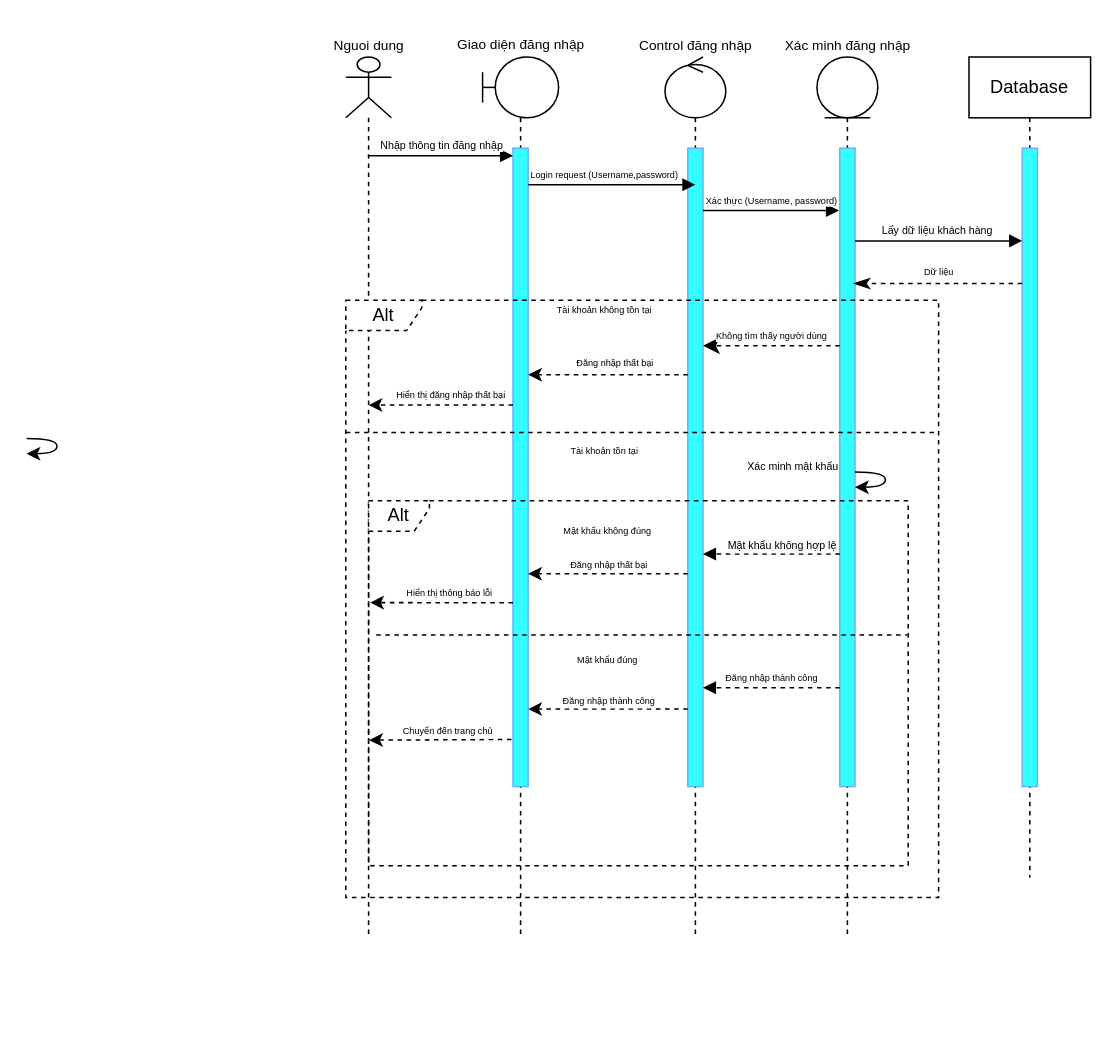
This is page "Trang-5" (6 of 16) of shitttt.drawio from Ly-Tien-Dat/doantt, a draw.io file, before an edit. Source tidied: cells renumbered, new cells numbered last; positions are measured from the earlier drawing's top-left corner, leaving out a move shared by most shapes. Both pictures are drawn from the tidied source at 152%, with x=0, y=0 at pixel (26, 26).
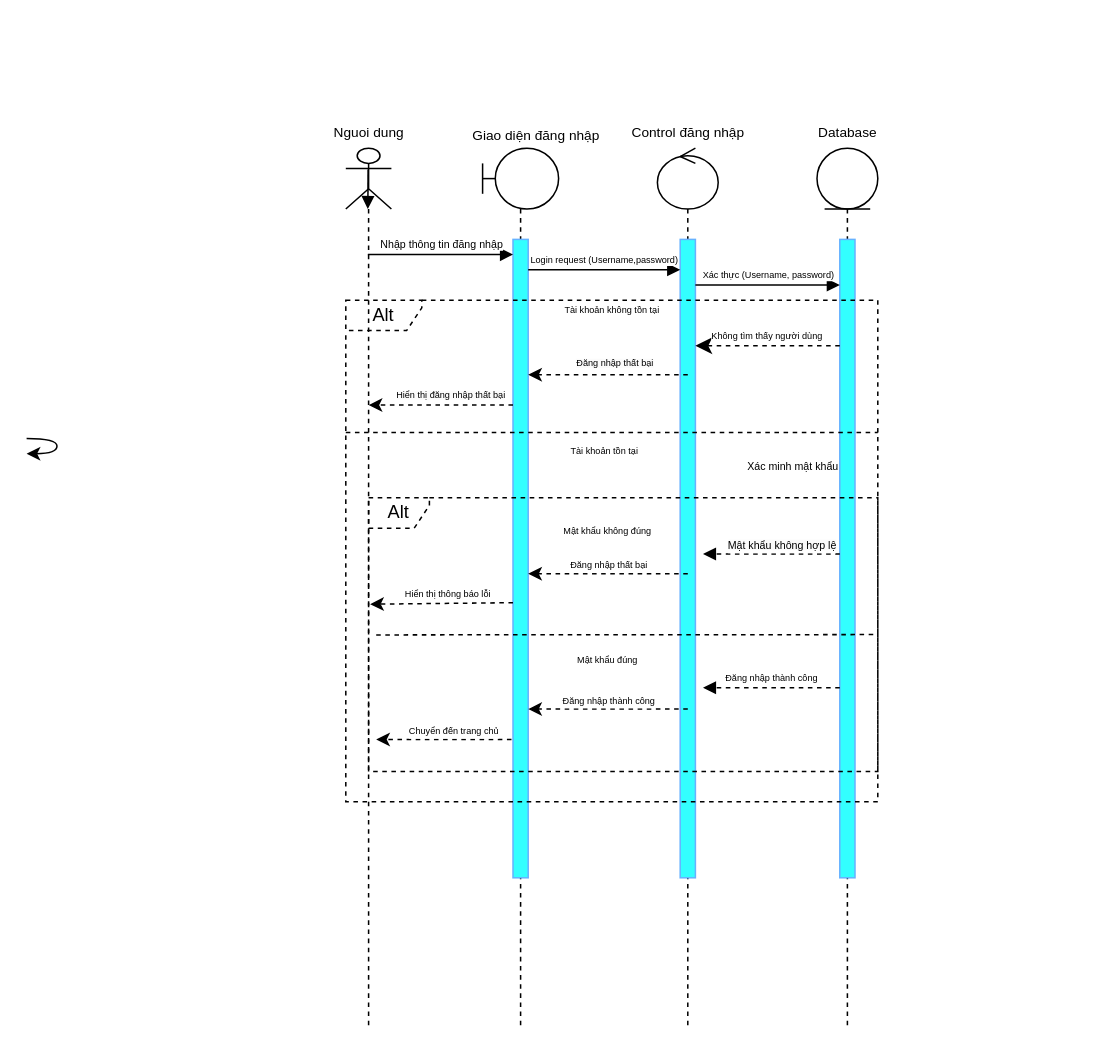
Above is the later version.

The change refers to these unchanged cells:
```xml
<mxCell id="4" style="html=1;points=[[0,0,0,0,5],[0,1,0,0,-5],[1,0,0,0,5],[1,1,0,0,-5]];perimeter=orthogonalPerimeter;outlineConnect=0;targetShapes=umlLifeline;portConstraint=eastwest;newEdgeStyle={&quot;curved&quot;:0,&quot;rounded&quot;:0};fillColor=light-dark(#33FFFF,var(--ge-dark-color, #121212));strokeColor=light-dark(#66B2FF,#FFFFFF);" parent="3" vertex="1">
  <mxGeometry x="20" y="60" width="10" height="420" as="geometry" />
</mxCell>
<mxCell id="6" style="html=1;points=[[0,0,0,0,5],[0,1,0,0,-5],[1,0,0,0,5],[1,1,0,0,-5]];perimeter=orthogonalPerimeter;outlineConnect=0;targetShapes=umlLifeline;portConstraint=eastwest;newEdgeStyle={&quot;curved&quot;:0,&quot;rounded&quot;:0};fillColor=light-dark(#33FFFF,var(--ge-dark-color, #121212));strokeColor=light-dark(#66B2FF,#FFFFFF);" parent="5" vertex="1">
  <mxGeometry x="15" y="60" width="10" height="420" as="geometry" />
</mxCell>
<mxCell id="8" style="html=1;points=[[0,0,0,0,5],[0,1,0,0,-5],[1,0,0,0,5],[1,1,0,0,-5]];perimeter=orthogonalPerimeter;outlineConnect=0;targetShapes=umlLifeline;portConstraint=eastwest;newEdgeStyle={&quot;curved&quot;:0,&quot;rounded&quot;:0};strokeColor=light-dark(#66B2FF,#FFFFFF);fillColor=light-dark(#33FFFF,var(--ge-dark-color, #121212));" parent="7" vertex="1">
  <mxGeometry x="15" y="60" width="10" height="420" as="geometry" />
</mxCell>
```

What changed in the source:
```diff
@@
-    <mxCell id="2" style="shape=umlLifeline;perimeter=lifelinePerimeter;whiteSpace=wrap;html=1;outlineConnect=0;portConstraint=eastwest;newEdgeStyle={&quot;curved&quot;:0,&quot;rounded&quot;:0};participant=umlActor;" parent="1" vertex="1">
-      <mxGeometry x="210" y="20" width="30" height="580" as="geometry" />
-    </mxCell>
     <mxCell id="3" style="shape=umlLifeline;perimeter=lifelinePerimeter;whiteSpace=wrap;html=1;newEdgeStyle={&quot;curved&quot;:0,&quot;rounded&quot;:0};participant=umlBoundary;size=40;" parent="1" vertex="1">
-      <mxGeometry x="300" y="20" width="50" height="580" as="geometry" />
+      <mxGeometry x="300" y="80" width="50" height="580" as="geometry" />
     </mxCell>
@@
     <mxCell id="5" style="shape=umlLifeline;perimeter=lifelinePerimeter;whiteSpace=wrap;html=1;newEdgeStyle={&quot;curved&quot;:0,&quot;rounded&quot;:0};participant=umlControl;strokeColor=light-dark(#000000,#FFFFFF);" parent="1" vertex="1">
-      <mxGeometry x="420" y="20" width="40" height="580" as="geometry" />
+      <mxGeometry x="415" y="80" width="40" height="580" as="geometry" />
     </mxCell>
@@
     <mxCell id="7" style="shape=umlLifeline;perimeter=lifelinePerimeter;whiteSpace=wrap;html=1;newEdgeStyle={&quot;curved&quot;:0,&quot;rounded&quot;:0};participant=umlEntity;" parent="1" vertex="1">
-      <mxGeometry x="520" y="20" width="40" height="580" as="geometry" />
+      <mxGeometry x="520" y="80" width="40" height="580" as="geometry" />
     </mxCell>
@@
-    <mxCell id="9" value="Database" style="shape=umlLifeline;perimeter=lifelinePerimeter;whiteSpace=wrap;html=1;newEdgeStyle={&quot;curved&quot;:0,&quot;rounded&quot;:0};" parent="1" vertex="1">
-      <mxGeometry x="620" y="20" width="80" height="540" as="geometry" />
-    </mxCell>
-    <mxCell id="10" style="html=1;points=[[0,0,0,0,5],[0,1,0,0,-5],[1,0,0,0,5],[1,1,0,0,-5]];perimeter=orthogonalPerimeter;outlineConnect=0;targetShapes=umlLifeline;portConstraint=eastwest;newEdgeStyle={&quot;curved&quot;:0,&quot;rounded&quot;:0};fillColor=light-dark(#33FFFF,var(--ge-dark-color, #121212));strokeColor=light-dark(#66B2FF,#FFFFFF);" parent="9" vertex="1">
-      <mxGeometry x="35" y="60" width="10" height="420" as="geometry" />
-    </mxCell>
     <mxCell id="11" value="Nguoi dung" style="text;html=1;align=center;verticalAlign=middle;strokeColor=none;fillColor=none;fontSize=9;" parent="1" vertex="1">
-      <mxGeometry x="190" y="3" width="70" height="20" as="geometry" />
+      <mxGeometry x="190" y="60" width="70" height="20" as="geometry" />
     </mxCell>
-    <mxCell id="12" value="Nhập thông tin đăng nhập" style="html=1;verticalAlign=bottom;endArrow=block;curved=0;rounded=0;entryX=0;entryY=0;entryDx=0;entryDy=5;fontSize=7;" parent="1" edge="1" source="2" target="4">
-      <mxGeometry relative="1" as="geometry" />
+    <mxCell id="12" value="Nhập thông tin đăng nhập" style="html=1;verticalAlign=bottom;endArrow=block;curved=0;rounded=0;fontSize=7;" parent="1" edge="1" source="2" target="4">
+      <mxGeometry relative="1" as="geometry">
+        <Array as="points">
+          <mxPoint x="270" y="150" />
+        </Array>
+      </mxGeometry>
     </mxCell>
-    <mxCell id="13" value="Login request (Username,password)" style="html=1;verticalAlign=bottom;endArrow=block;curved=0;rounded=0;fontSize=6;" parent="1" edge="1">
+    <mxCell id="13" value="Login request (Username,password)" style="html=1;verticalAlign=bottom;endArrow=block;rounded=0;fontSize=6;" parent="1" edge="1" source="4" target="6">
       <mxGeometry relative="1" as="geometry">
-        <mxPoint x="340" y="104" as="sourcePoint" />
-        <mxPoint x="440" y="104" as="targetPoint" />
         <Array as="points">
-          <mxPoint x="330" y="104" />
-          <mxPoint x="344.8" y="104" />
-          <mxPoint x="430" y="104" />
+          <mxPoint x="370" y="160" />
         </Array>
       </mxGeometry>
     </mxCell>
-    <mxCell id="14" value="Xác thực (Username, password)" style="html=1;verticalAlign=bottom;endArrow=block;curved=0;rounded=0;fontSize=6;" parent="1" edge="1">
+    <mxCell id="14" value="Xác thực (Username, password)" style="html=1;verticalAlign=bottom;endArrow=block;rounded=0;fontSize=6;" parent="1" edge="1" source="6" target="8">
       <mxGeometry relative="1" as="geometry">
-        <mxPoint x="445" y="121" as="sourcePoint" />
-        <mxPoint x="534.5" y="121" as="targetPoint" />
         <Array as="points">
-          <mxPoint x="505" y="121" />
+          <mxPoint x="480" y="170" />
         </Array>
       </mxGeometry>
     </mxCell>
-    <mxCell id="15" value="Lấy dữ liệu khách hàng&amp;nbsp;" style="html=1;verticalAlign=bottom;endArrow=block;curved=0;rounded=0;fontSize=7;" parent="1" edge="1" target="10">
-      <mxGeometry relative="1" as="geometry">
-        <mxPoint x="545" y="141" as="sourcePoint" />
-      </mxGeometry>
-    </mxCell>
-    <mxCell id="16" value="&lt;font style=&quot;font-size: 6px;&quot;&gt;Dữ liệu&lt;/font&gt;" style="html=1;verticalAlign=bottom;endArrow=classicThin;dashed=1;endSize=8;curved=0;rounded=0;endFill=1;" parent="1" edge="1" source="10">
-      <mxGeometry relative="1" as="geometry">
-        <mxPoint x="544.1" y="169" as="targetPoint" />
-      </mxGeometry>
-    </mxCell>
     <mxCell id="17" value="Alt" style="shape=umlFrame;whiteSpace=wrap;html=1;dashed=1;width=50;height=20;" parent="1" vertex="1">
-      <mxGeometry x="210" y="180" width="390" height="393" as="geometry" />
+      <mxGeometry x="210" y="180" width="350" height="330" as="geometry" />
     </mxCell>
     <mxCell id="18" style="line;strokeWidth=1;fillColor=none;align=left;verticalAlign=middle;spacingTop=-1;spacingLeft=3;spacingRight=3;labelPosition=right;strokeColor=inherit;dashed=1;" parent="1" vertex="1">
-      <mxGeometry x="210" y="263" width="390" height="8" as="geometry" />
+      <mxGeometry x="210" y="263" width="350" height="8" as="geometry" />
     </mxCell>
-    <mxCell id="19" value="&lt;font style=&quot;font-size: 6px;&quot;&gt;Không tìm thấy người dùng&lt;/font&gt;" style="html=1;verticalAlign=bottom;endArrow=classic;dashed=1;endSize=8;curved=0;rounded=0;fontSize=5;endFill=1;strokeColor=light-dark(#000000,#FFFFFF);" parent="1" edge="1">
+    <mxCell id="19" value="&lt;font style=&quot;font-size: 6px;&quot;&gt;Không tìm thấy người dùng&lt;/font&gt;" style="html=1;verticalAlign=bottom;endArrow=classic;dashed=1;endSize=8;curved=0;rounded=0;fontSize=5;endFill=1;strokeColor=light-dark(#000000,#FFFFFF);" parent="1" edge="1" target="6">
       <mxGeometry x="0.01" relative="1" as="geometry">
         <mxPoint x="535" y="210" as="sourcePoint" />
-        <mxPoint x="445" y="210" as="targetPoint" />
       </mxGeometry>
     </mxCell>
@@
     <mxCell id="24" value="Alt" style="shape=umlFrame;whiteSpace=wrap;html=1;dashed=1;width=40;height=20;" parent="1" vertex="1">
-      <mxGeometry x="225" y="312" width="355" height="240" as="geometry" />
+      <mxGeometry x="225" y="310" width="335" height="180" as="geometry" />
     </mxCell>
@@
-    <mxCell id="27" style="endArrow=none;html=1;rounded=0;edgeStyle=orthogonalEdgeStyle;curved=1;endFill=1;startFill=1;startArrow=classic;" parent="1" edge="1">
-      <mxGeometry relative="1" as="geometry">
-        <mxPoint x="545" y="303" as="sourcePoint" />
-        <mxPoint x="545" y="293" as="targetPoint" />
-        <Array as="points">
-          <mxPoint x="565" y="303" />
-        </Array>
-      </mxGeometry>
-    </mxCell>
@@
-    <mxCell id="34" style="rounded=0;jettySize=auto;html=1;dashed=1;entryX=0.003;entryY=0.279;entryDx=0;entryDy=0;entryPerimeter=0;" parent="1" edge="1" target="24">
+    <mxCell id="34" style="rounded=0;orthogonalLoop=1;jettySize=auto;html=1;dashed=1;" parent="1" edge="1">
       <mxGeometry relative="1" as="geometry">
         <mxPoint x="320" y="379" as="sourcePoint" />
+        <mxPoint x="226" y="380" as="targetPoint" />
       </mxGeometry>
     </mxCell>
@@
-    <mxCell id="36" style="endArrow=none;html=1;rounded=0;entryX=0.998;entryY=0.53;entryDx=0;entryDy=0;entryPerimeter=0;dashed=1;" parent="1" edge="1">
+    <mxCell id="36" style="endArrow=none;html=1;rounded=0;dashed=1;" parent="1" edge="1">
       <mxGeometry relative="1" as="geometry">
         <mxPoint x="230" y="400.2" as="sourcePoint" />
-        <mxPoint x="579.3" y="400.2" as="targetPoint" />
+        <mxPoint x="560" y="400" as="targetPoint" />
       </mxGeometry>
     </mxCell>
@@
-    <mxCell id="41" style="rounded=0;jettySize=auto;html=1;dashed=1;entryX=0.001;entryY=0.656;entryDx=0;entryDy=0;entryPerimeter=0;" parent="1" edge="1" target="24">
+    <mxCell id="41" style="rounded=0;orthogonalLoop=1;jettySize=auto;html=1;dashed=1;" parent="1" edge="1">
       <mxGeometry relative="1" as="geometry">
         <mxPoint x="319" y="469" as="sourcePoint" />
+        <mxPoint x="230" y="469" as="targetPoint" />
       </mxGeometry>
     </mxCell>
@@
     <mxCell id="43" value="Giao diện đăng nhập" style="text;html=1;align=center;verticalAlign=top;strokeColor=none;fillColor=none;flipH=1;flipV=0;fontSize=9;" parent="1" vertex="1">
-      <mxGeometry x="270" width="110" height="20" as="geometry" />
+      <mxGeometry x="280" y="60" width="110" height="20" as="geometry" />
     </mxCell>
     <mxCell id="44" value="Control đăng nhập" style="text;html=1;align=center;verticalAlign=middle;strokeColor=none;fillColor=none;fontSize=9;" parent="1" vertex="1">
-      <mxGeometry x="390" y="3" width="100" height="20" as="geometry" />
+      <mxGeometry x="385" y="60" width="100" height="20" as="geometry" />
     </mxCell>
-    <mxCell id="45" value="Xác minh đăng nhập" style="text;html=1;align=center;verticalAlign=middle;strokeColor=none;fillColor=none;fontSize=9;" parent="1" vertex="1">
-      <mxGeometry x="485" y="3" width="110" height="20" as="geometry" />
+    <mxCell id="45" value="Database" style="text;html=1;align=center;verticalAlign=middle;strokeColor=none;fillColor=none;fontSize=9;" parent="1" vertex="1">
+      <mxGeometry x="510" y="60" width="60" height="20" as="geometry" />
     </mxCell>
     <mxCell id="46" value="&lt;font style=&quot;font-size: 6px;&quot;&gt;Tài khoản không tồn tại&lt;/font&gt;" style="text;html=1;align=center;verticalAlign=middle;strokeColor=none;fillColor=none;" parent="1" vertex="1">
-      <mxGeometry x="335" y="170" width="90" height="30" as="geometry" />
+      <mxGeometry x="340" y="170" width="90" height="30" as="geometry" />
     </mxCell>
+    <mxCell id="47" style="html=1;verticalAlign=bottom;endArrow=block;curved=0;rounded=0;fontSize=7;" parent="1" edge="1" target="2">
+      <mxGeometry relative="1" as="geometry">
+        <mxPoint x="224.7" y="94" as="sourcePoint" />
+      </mxGeometry>
+    </mxCell>
+    <mxCell id="2" style="shape=umlLifeline;perimeter=lifelinePerimeter;whiteSpace=wrap;html=1;outlineConnect=0;portConstraint=eastwest;newEdgeStyle={&quot;curved&quot;:0,&quot;rounded&quot;:0};participant=umlActor;" parent="1" vertex="1">
+      <mxGeometry x="210" y="80" width="30" height="580" as="geometry" />
+    </mxCell>
```
